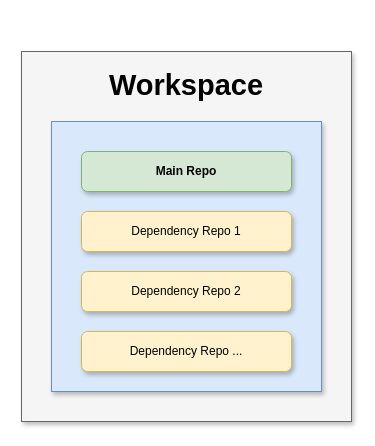
c0fec0de/git-ws keeps this draw.io diagram as docs/images/workspace.drawio. Above is the earlier version. Source tidied: cells renumbered, new cells numbered last; positions are measured from the earlier drawing's top-left corner, leaving out a move shared by most shapes. Both pictures are drawn from the tidied source at 100%, with x=0, y=0 at pixel (21, 51).
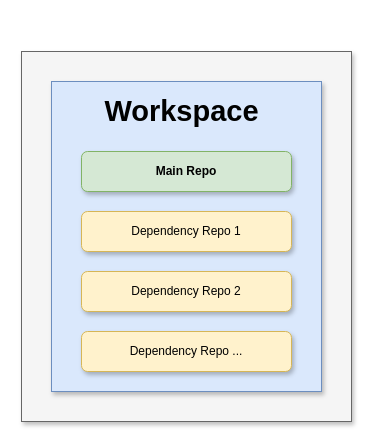
After the change.

Commit message (it also covers changes not shown here):
Clarify workspace in drawing.

Diff of the diagram source:
```diff
@@
 <mxGraphModel>
   <root>
     <mxCell id="0" />
     <mxCell id="1" parent="0" />
     <mxCell id="2" style="rounded=0;whiteSpace=wrap;html=1;fillColor=#f5f5f5;fontColor=#333333;strokeColor=#666666;shadow=1;" parent="1" vertex="1">
       <mxGeometry width="330" height="370" as="geometry" />
     </mxCell>
-    <mxCell id="3" value="&lt;h1&gt;&lt;font style=&quot;font-size: 29px;&quot;&gt;Workspace&lt;/font&gt;&lt;/h1&gt;" style="whiteSpace=wrap;html=1;align=center;imageVerticalAlign=middle;direction=east;labelPosition=center;verticalLabelPosition=top;verticalAlign=bottom;fillColor=#dae8fc;strokeColor=#6c8ebf;movableLabel=1;shadow=1;" parent="1" vertex="1">
-      <mxGeometry x="30" y="70" width="270" height="270" as="geometry" />
+    <mxCell id="3" value="&lt;h1&gt;&lt;br&gt;&lt;/h1&gt;" style="whiteSpace=wrap;html=1;align=center;imageVerticalAlign=middle;direction=east;labelPosition=center;verticalLabelPosition=top;verticalAlign=bottom;fillColor=#dae8fc;strokeColor=#6c8ebf;movableLabel=1;shadow=1;" parent="1" vertex="1">
+      <mxGeometry x="30" y="30" width="270" height="310" as="geometry" />
     </mxCell>
     <mxCell id="4" value="Main Repo" style="rounded=1;whiteSpace=wrap;html=1;fillColor=#d5e8d4;strokeColor=#82b366;fontStyle=1;shadow=1;" parent="1" vertex="1">
       <mxGeometry x="60" y="100" width="210" height="40" as="geometry" />
     </mxCell>
     <mxCell id="5" value="Dependency Repo 1" style="rounded=1;whiteSpace=wrap;html=1;fillColor=#fff2cc;strokeColor=#d6b656;shadow=1;" parent="1" vertex="1">
       <mxGeometry x="60" y="160" width="210" height="40" as="geometry" />
     </mxCell>
     <mxCell id="6" value="Dependency Repo 2" style="rounded=1;whiteSpace=wrap;html=1;fillColor=#fff2cc;strokeColor=#d6b656;shadow=1;" parent="1" vertex="1">
       <mxGeometry x="60" y="220" width="210" height="40" as="geometry" />
     </mxCell>
     <mxCell id="7" value="Dependency Repo ..." style="rounded=1;whiteSpace=wrap;html=1;fillColor=#fff2cc;strokeColor=#d6b656;shadow=1;" parent="1" vertex="1">
       <mxGeometry x="60" y="280" width="210" height="40" as="geometry" />
     </mxCell>
+    <mxCell id="8" value="&lt;h1 style=&quot;&quot;&gt;&lt;font style=&quot;font-size: 29px;&quot;&gt;Workspace&lt;/font&gt;&lt;/h1&gt;" style="text;html=1;align=center;verticalAlign=middle;fillColor=none;strokeColor=none;rounded=0;" parent="1" vertex="1">
+      <mxGeometry x="70" y="20" width="180" height="80" as="geometry" />
+    </mxCell>
   </root>
 </mxGraphModel>
```
